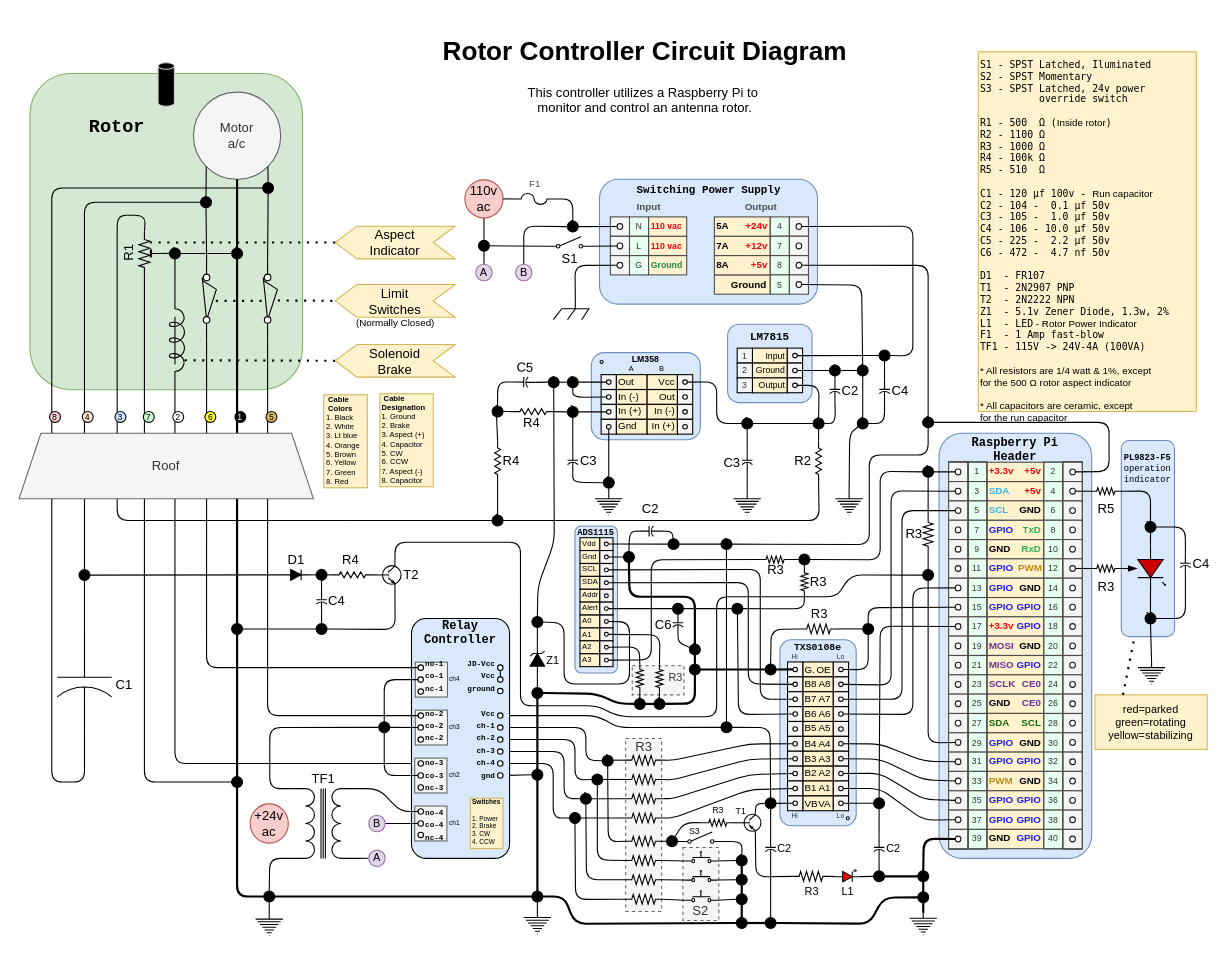
The draw.io diagram readme/rotor.drawio in wryan67/rotor, before the edit. Source tidied: cells renumbered, new cells numbered last; positions are measured from the earlier drawing's top-left corner, leaving out a move shared by most shapes. Both pictures are drawn from the tidied source at 109%, with x=0, y=0 at pixel (19, 29).
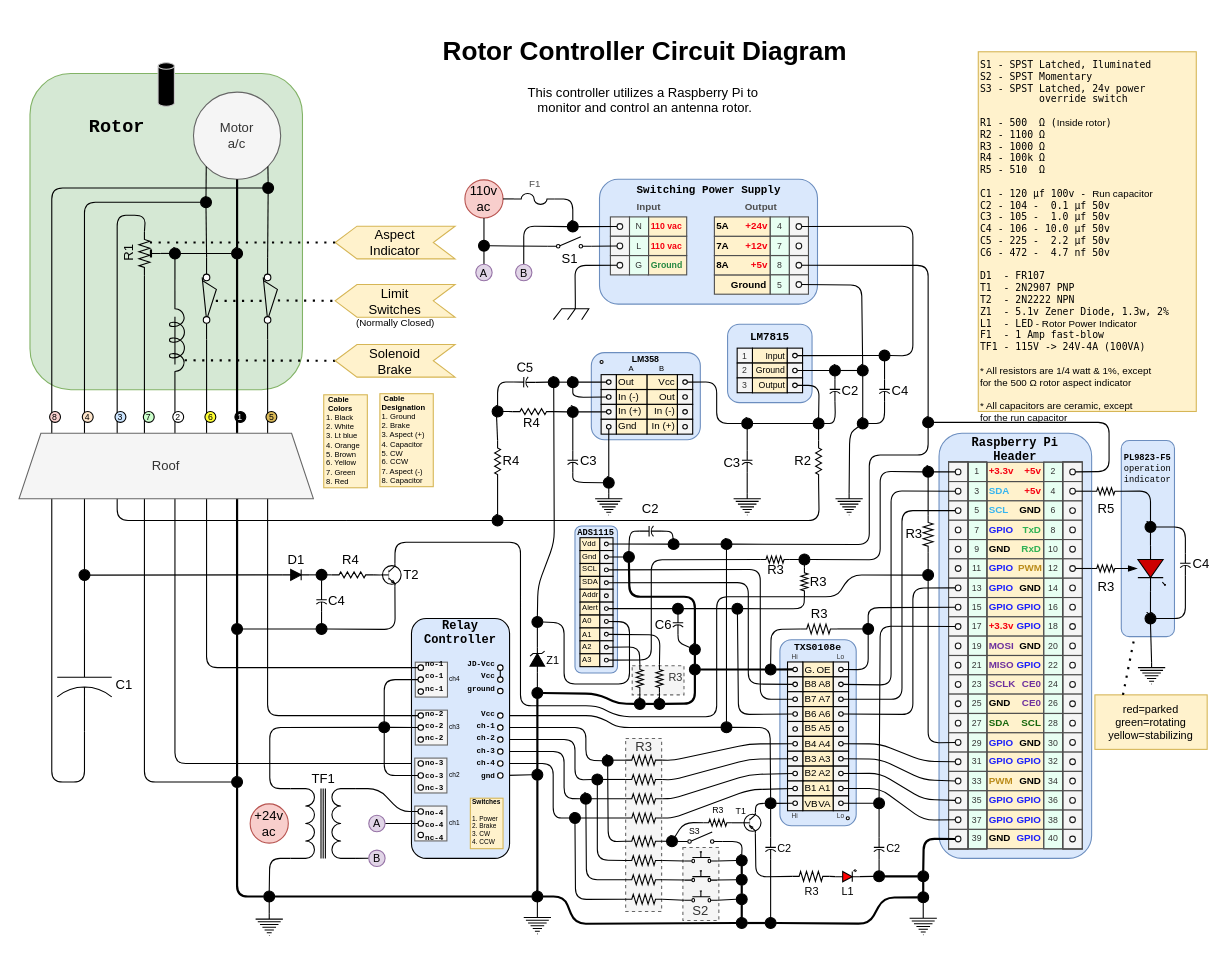
Above is the later version.

Commit message (it also covers changes not shown here):
circuit diagram

The change refers to these unchanged cells:
```xml
<mxCell id="341" style="verticalLabelPosition=bottom;shadow=0;dashed=0;align=center;html=1;verticalAlign=top;shape=mxgraph.electrical.signal_sources.protective_earth;fontColor=#FFFF00;" parent="1" vertex="1">
  <mxGeometry x="817" y="810" width="25" height="20" as="geometry" />
</mxCell>
<mxCell id="457" value="`" style="ellipse;whiteSpace=wrap;html=1;fillColor=#000000;" parent="1" vertex="1">
  <mxGeometry x="824.5" y="790.7" width="10" height="10" as="geometry" />
</mxCell>
```

What changed in the source:
```diff
@@
-    <mxCell id="456" style="edgeStyle=none;rounded=1;jettySize=auto;html=1;entryX=0.5;entryY=0;entryDx=0;entryDy=0;entryPerimeter=0;endArrow=none;endFill=0;strokeWidth=2;fontSize=7;" parent="1" edge="1" source="457" target="341">
+    <mxCell id="456" style="edgeStyle=none;rounded=1;jettySize=auto;html=1;entryX=0.5;entryY=0;entryDx=0;entryDy=0;entryPerimeter=0;endArrow=none;endFill=0;strokeWidth=1;fontSize=7;fontStyle=1;" parent="1" edge="1" source="457" target="341">
       <mxGeometry relative="1" as="geometry" />
     </mxCell>
@@
-    <mxCell id="733" value="A" style="ellipse;whiteSpace=wrap;html=1;fillColor=#e1d5e7;fontSize=10;align=center;strokeColor=#9673a6;spacingTop=-1;" parent="1" vertex="1">
+    <mxCell id="733" value="A" style="ellipse;whiteSpace=wrap;html=1;fillColor=#e1d5e7;fontSize=10;align=center;strokeColor=#9673a6;spacingTop=-1;spacingBottom=-1;" parent="1" vertex="1">
       <mxGeometry x="419" y="215" width="15" height="15" as="geometry" />
     </mxCell>
-    <mxCell id="734" value="B" style="ellipse;whiteSpace=wrap;html=1;fillColor=#e1d5e7;fontSize=10;align=center;strokeColor=#9673a6;spacingTop=-1;" parent="1" vertex="1">
+    <mxCell id="734" value="B" style="ellipse;whiteSpace=wrap;html=1;fillColor=#e1d5e7;fontSize=10;align=center;strokeColor=#9673a6;spacingTop=-1;spacingBottom=-1;" parent="1" vertex="1">
       <mxGeometry x="455.5" y="215" width="15" height="15" as="geometry" />
     </mxCell>
-    <mxCell id="735" value="A" style="ellipse;whiteSpace=wrap;html=1;fillColor=#e1d5e7;fontSize=10;align=center;strokeColor=#9673a6;spacingTop=-1;" parent="1" vertex="1">
+    <mxCell id="735" value="B" style="ellipse;whiteSpace=wrap;html=1;fillColor=#e1d5e7;fontSize=10;align=center;strokeColor=#9673a6;spacingTop=-1;spacingBottom=-1;" parent="1" vertex="1">
       <mxGeometry x="320.8" y="752.4" width="15" height="15" as="geometry" />
     </mxCell>
-    <mxCell id="736" value="B" style="ellipse;whiteSpace=wrap;html=1;fillColor=#e1d5e7;fontSize=10;align=center;strokeColor=#9673a6;spacingTop=-1;" parent="1" vertex="1">
+    <mxCell id="736" value="A" style="ellipse;whiteSpace=wrap;html=1;fillColor=#e1d5e7;fontSize=10;align=center;strokeColor=#9673a6;spacingTop=-1;spacingBottom=-1;" parent="1" vertex="1">
       <mxGeometry x="320.8" y="720.5" width="15" height="15" as="geometry" />
     </mxCell>
```
